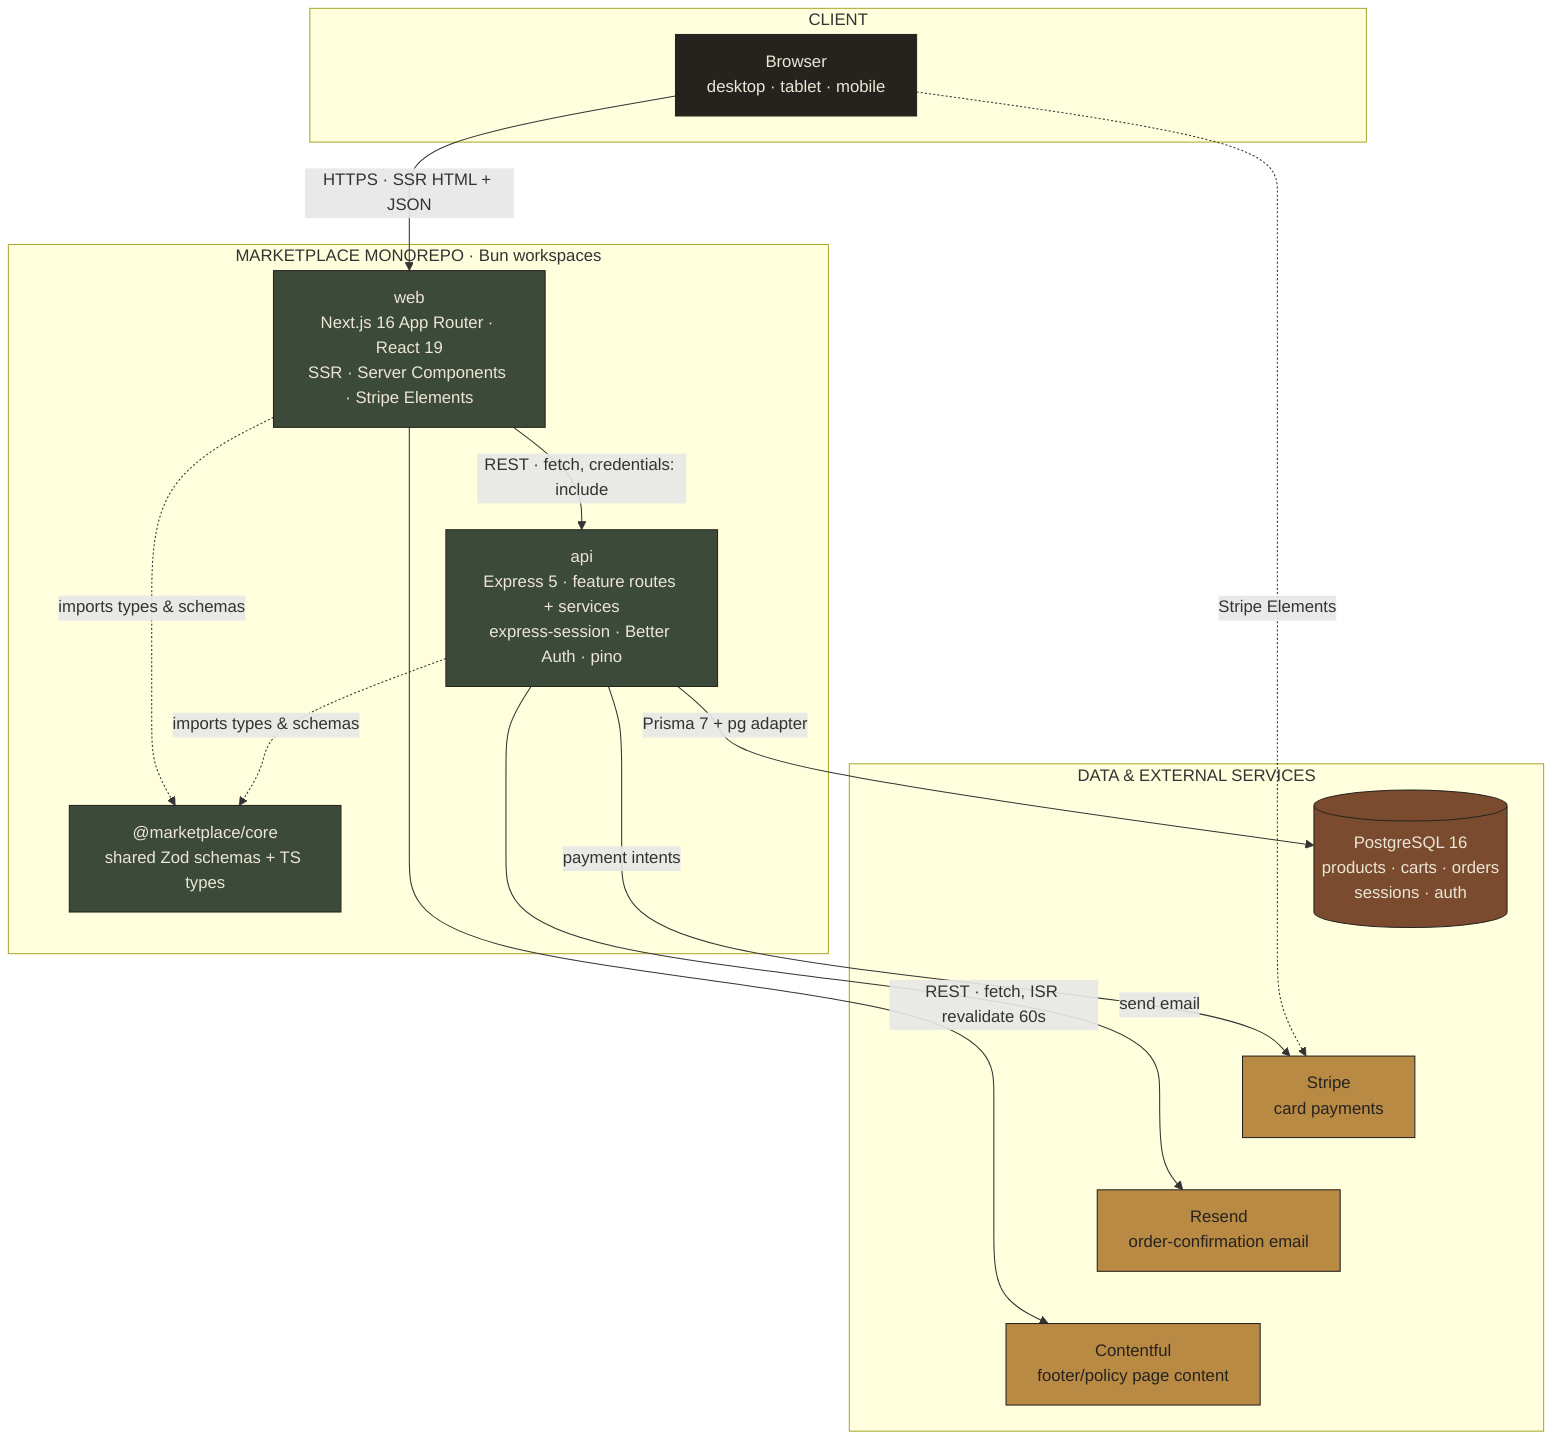
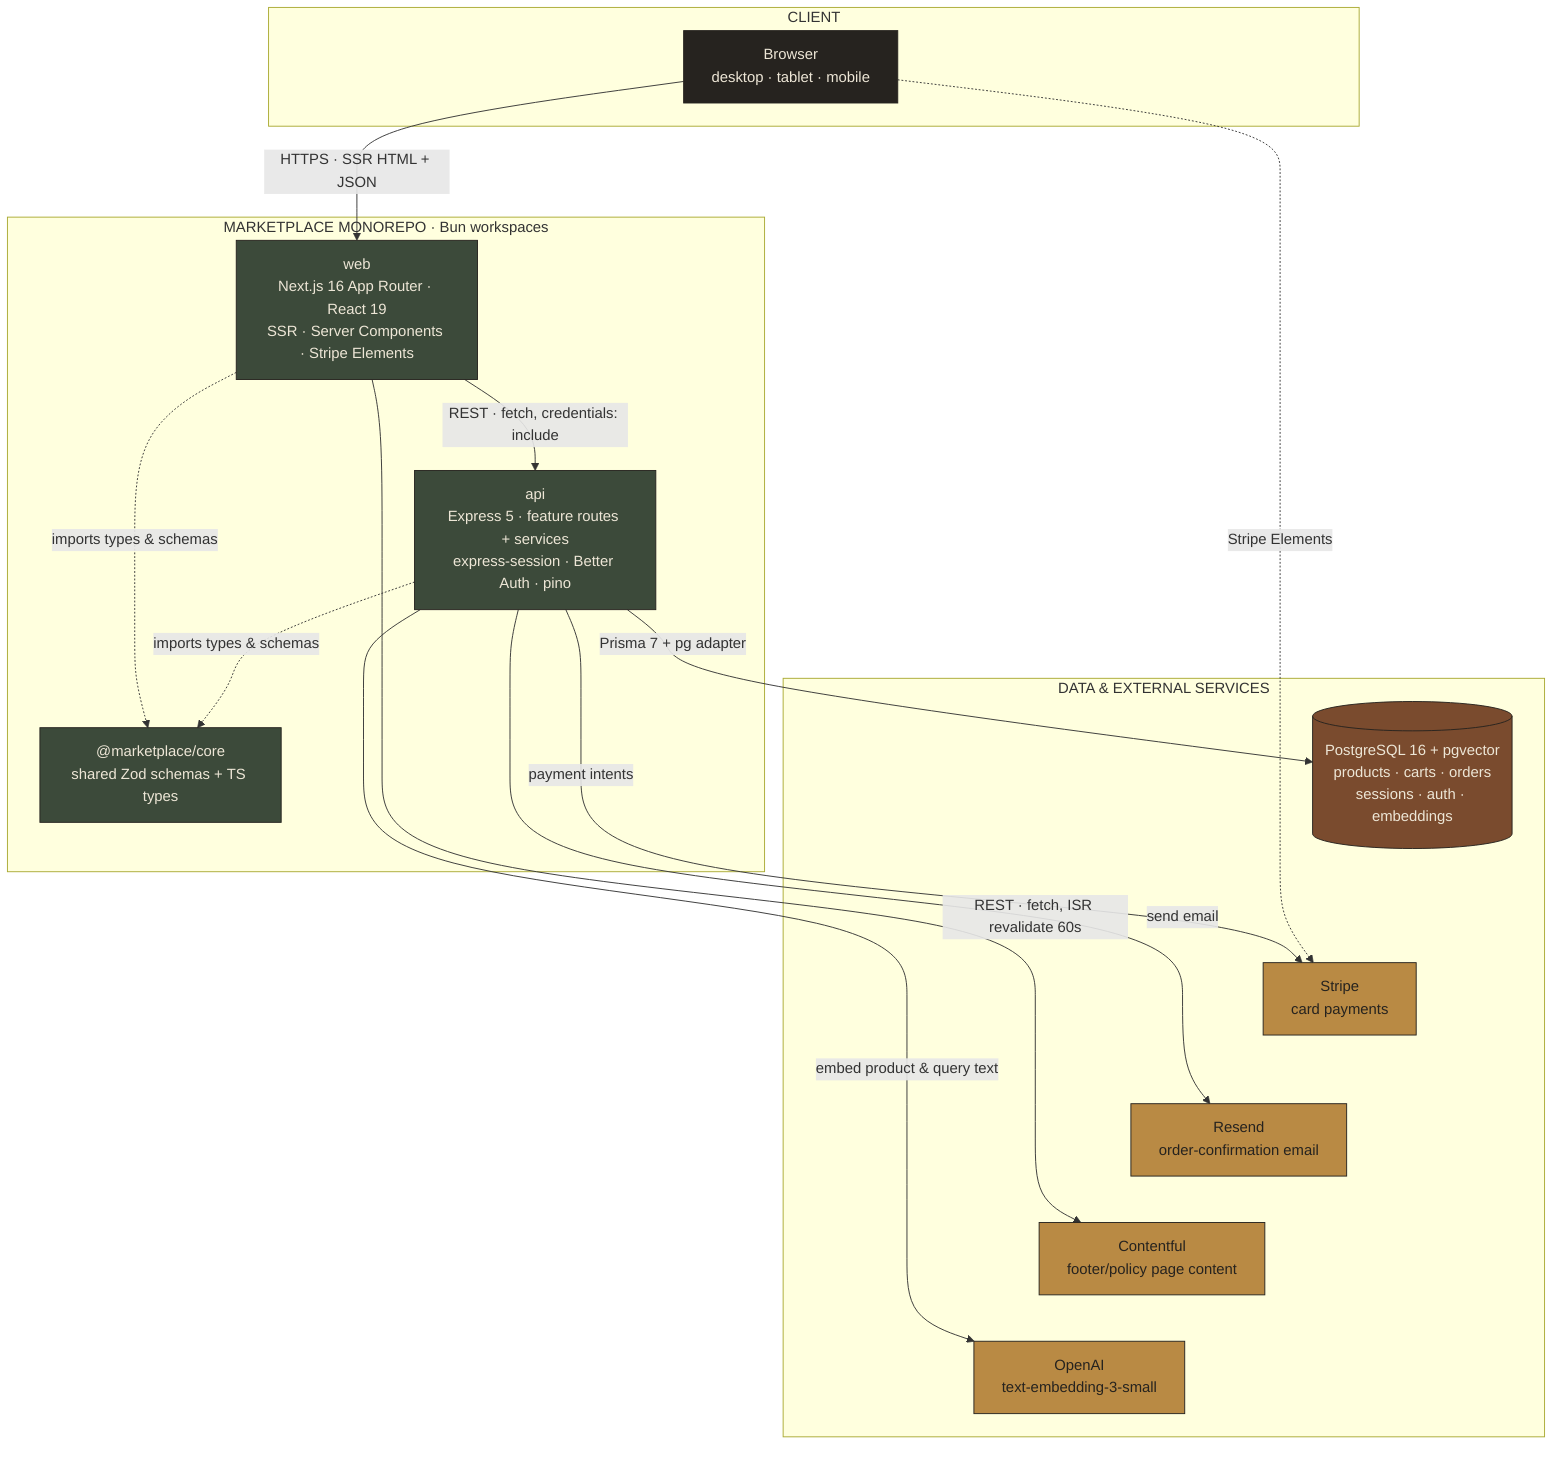
%% System context — how the marketplace's parts and external services fit together.
%% Source of truth: docs/adr/*. Regenerate the SVG with: bun run diagrams
graph TD
  subgraph client["CLIENT"]
    B["Browser<br/>desktop · tablet · mobile"]
  end

  subgraph app["MARKETPLACE MONOREPO · Bun workspaces"]
    W["web<br/>Next.js 16 App Router · React 19<br/>SSR · Server Components · Stripe Elements"]
    A["api<br/>Express 5 · feature routes + services<br/>express-session · Better Auth · pino"]
    C["@marketplace/core<br/>shared Zod schemas + TS types"]
  end

  subgraph data["DATA & EXTERNAL SERVICES"]
-     P[("PostgreSQL 16<br/>products · carts · orders<br/>sessions · auth")]
+     P[("PostgreSQL 16 + pgvector<br/>products · carts · orders<br/>sessions · auth · embeddings")]
    S["Stripe<br/>card payments"]
    R["Resend<br/>order-confirmation email"]
    CF["Contentful<br/>footer/policy page content"]
+     OAI["OpenAI<br/>text-embedding-3-small"]
  end

  B -->|"HTTPS · SSR HTML + JSON"| W
  W -->|"REST · fetch, credentials: include"| A
  A -->|"Prisma 7 + pg adapter"| P
  A -->|"payment intents"| S
  A -->|"send email"| R
  W -->|"REST · fetch, ISR revalidate 60s"| CF
+   A -->|"embed product & query text"| OAI
  B -.->|"Stripe Elements"| S
  W -.->|"imports types & schemas"| C
  A -.->|"imports types & schemas"| C

  %% Invisible links stack the data tier vertically for a portrait layout
-   P ~~~ S ~~~ R ~~~ CF
+   P ~~~ S ~~~ R ~~~ CF ~~~ OAI

  %% Field Ledger palette (docs/adr/007-visual-identity.md)
  classDef package fill:#3c4a3a,stroke:#26231f,color:#ede6d6;
  classDef datastore fill:#7a4b2e,stroke:#26231f,color:#ede6d6;
  classDef external fill:#b98a44,stroke:#26231f,color:#26231f;
  classDef client fill:#26231f,stroke:#26231f,color:#ede6d6;

  class W,A,C package;
  class P datastore;
-   class S,R,CF external;
+   class S,R,CF,OAI external;
  class B client;
